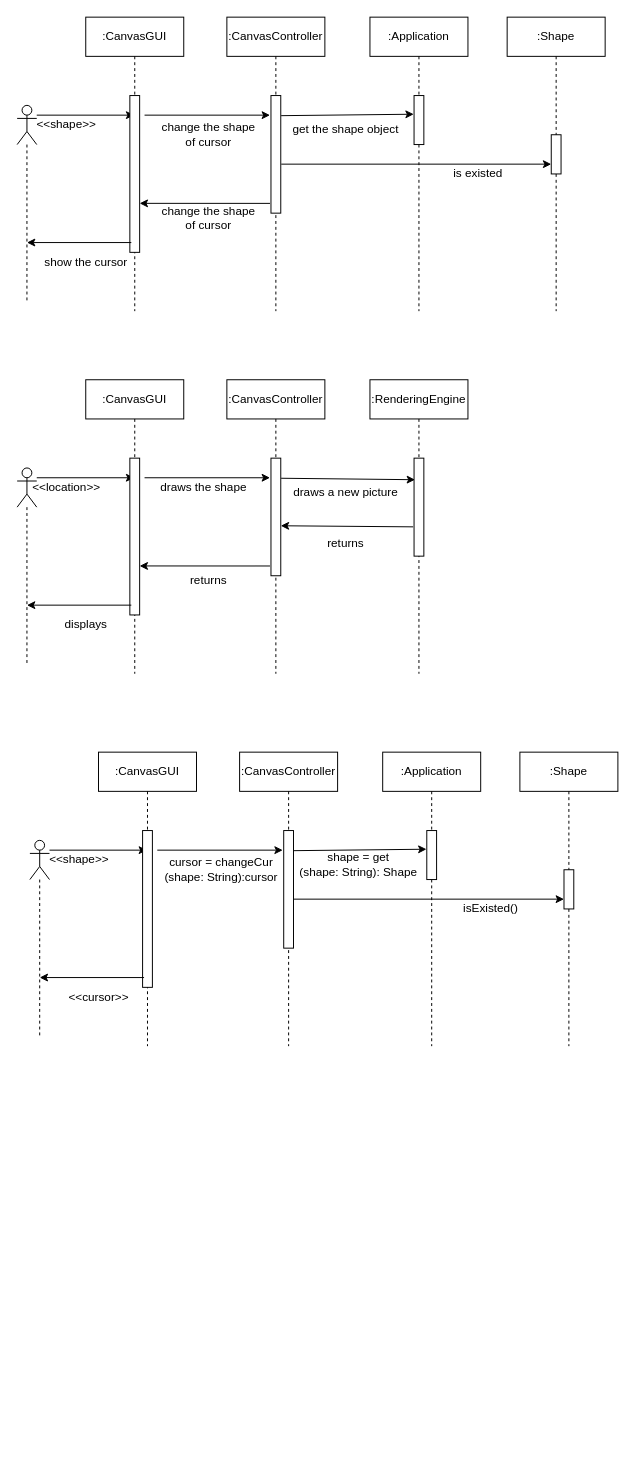
Before: CSE5422/HW3.drawio in justxuewei/draw.io, a draw.io diagram. Source tidied: cells renumbered, new cells numbered last; positions are measured from the earlier drawing's top-left corner, leaving out a move shared by most shapes. Both pictures are drawn from the tidied source at 98%, with x=0, y=0 at pixel (17, 17).
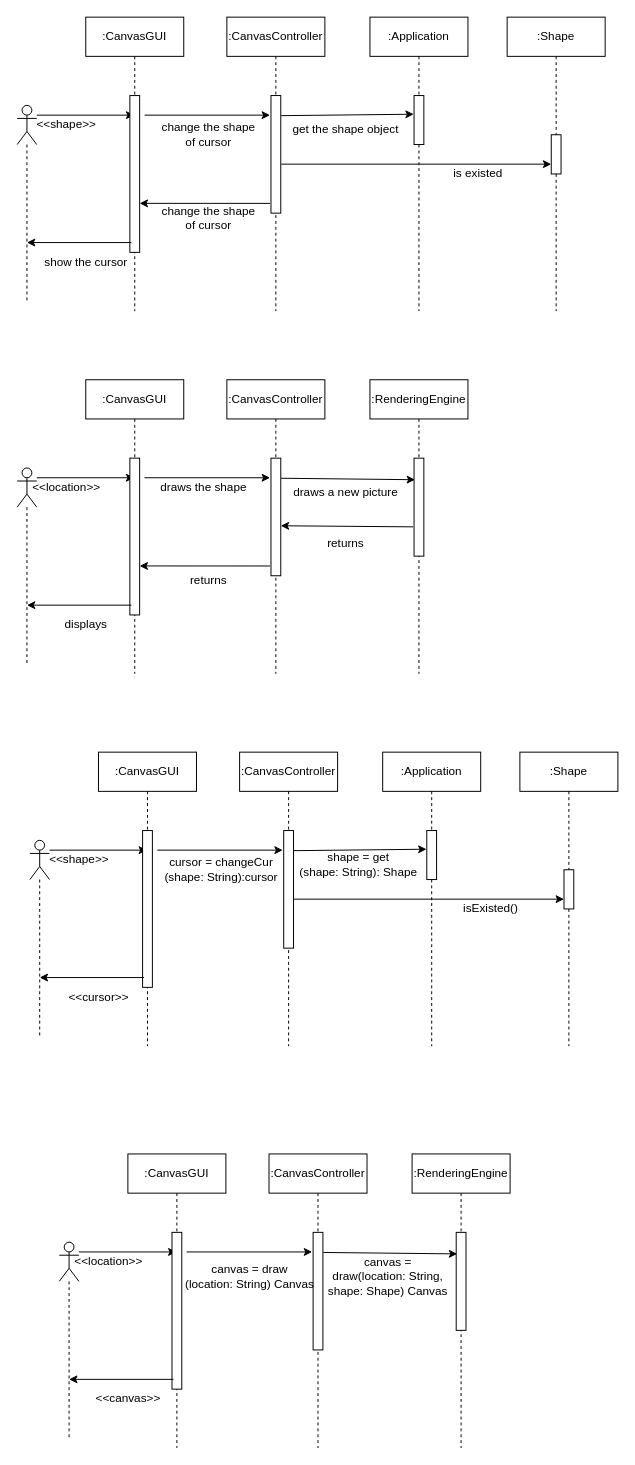
After the change.

The edit, as a diff of the source:
```diff
@@
+    <mxCell id="61" style="rounded=0;jettySize=auto;html=1;exitX=1;exitY=0.3333333333333333;exitDx=0;exitDy=0;exitPerimeter=0;" parent="1" edge="1" target="62">
+      <mxGeometry relative="1" as="geometry">
+        <mxPoint x="63" y="1260" as="sourcePoint" />
+      </mxGeometry>
+    </mxCell>
+    <mxCell id="62" value=":CanvasGUI" style="shape=umlLifeline;perimeter=lifelinePerimeter;whiteSpace=wrap;html=1;outlineConnect=0;" parent="1" vertex="1">
+      <mxGeometry x="113" y="1160" width="100" height="300" as="geometry" />
+    </mxCell>
+    <mxCell id="63" style="html=1;perimeter=orthogonalPerimeter;" parent="62" vertex="1">
+      <mxGeometry x="45" y="80" width="10" height="160" as="geometry" />
+    </mxCell>
+    <mxCell id="64" value="&amp;lt;&amp;lt;location&amp;gt;&amp;gt;" style="text;html=1;align=center;verticalAlign=middle;strokeColor=none;fillColor=none;" parent="1" vertex="1">
+      <mxGeometry x="53" y="1260" width="80" height="20" as="geometry" />
+    </mxCell>
+    <mxCell id="65" value=":CanvasController" style="shape=umlLifeline;perimeter=lifelinePerimeter;whiteSpace=wrap;html=1;" parent="1" vertex="1">
+      <mxGeometry x="257" y="1160" width="100" height="300" as="geometry" />
+    </mxCell>
+    <mxCell id="66" style="html=1;points=[];perimeter=orthogonalPerimeter;" parent="65" vertex="1">
+      <mxGeometry x="45" y="80" width="10" height="120" as="geometry" />
+    </mxCell>
+    <mxCell id="67" value="canvas = draw&lt;br&gt;(location: String) Canvas" style="text;html=1;align=center;verticalAlign=middle;strokeColor=none;fillColor=none;" parent="65" vertex="1">
+      <mxGeometry x="-95" y="110" width="150" height="30" as="geometry" />
+    </mxCell>
+    <mxCell id="68" style="rounded=0;orthogonalLoop=1;jettySize=auto;html=1;exitX=1;exitY=0.3333333333333333;exitDx=0;exitDy=0;exitPerimeter=0;" parent="1" edge="1">
+      <mxGeometry relative="1" as="geometry">
+        <mxPoint x="173" y="1260" as="sourcePoint" />
+        <mxPoint x="301" y="1260" as="targetPoint" />
+      </mxGeometry>
+    </mxCell>
+    <mxCell id="69" value=":RenderingEngine" style="shape=umlLifeline;perimeter=lifelinePerimeter;whiteSpace=wrap;html=1;" parent="1" vertex="1">
+      <mxGeometry x="403" y="1160" width="100" height="300" as="geometry" />
+    </mxCell>
+    <mxCell id="70" style="html=1;points=[];perimeter=orthogonalPerimeter;" parent="69" vertex="1">
+      <mxGeometry x="45" y="80" width="10" height="100" as="geometry" />
+    </mxCell>
+    <mxCell id="71" style="rounded=0;jettySize=auto;html=1;exitX=1.037;exitY=0.171;exitDx=0;exitDy=0;exitPerimeter=0;entryX=0.1;entryY=0.22;entryDx=0;entryDy=0;entryPerimeter=0;" parent="1" edge="1" source="66" target="70">
+      <mxGeometry relative="1" as="geometry" />
+    </mxCell>
+    <mxCell id="72" value="canvas = &lt;br&gt;draw(location: String, &lt;br&gt;shape: Shape) Canvas" style="text;html=1;align=center;verticalAlign=middle;strokeColor=none;fillColor=none;" parent="1" vertex="1">
+      <mxGeometry x="308" y="1260" width="140" height="50" as="geometry" />
+    </mxCell>
+    <mxCell id="73" style="shape=umlLifeline;participant=umlActor;perimeter=lifelinePerimeter;whiteSpace=wrap;html=1;verticalAlign=top;spacingTop=36;" parent="1" vertex="1">
+      <mxGeometry x="43" y="1250" width="20" height="200" as="geometry" />
+    </mxCell>
+    <mxCell id="74" style="rounded=0;orthogonalLoop=1;jettySize=auto;html=1;entryX=-0.1;entryY=0.917;entryDx=0;entryDy=0;entryPerimeter=0;startArrow=classic;startFill=1;endArrow=none;endFill=0;" parent="1" edge="1">
+      <mxGeometry relative="1" as="geometry">
+        <mxPoint x="53" y="1390" as="sourcePoint" />
+        <mxPoint x="159.5" y="1390" as="targetPoint" />
+      </mxGeometry>
+    </mxCell>
+    <mxCell id="75" value="&amp;lt;&amp;lt;canvas&amp;gt;&amp;gt;" style="text;html=1;align=center;verticalAlign=middle;strokeColor=none;fillColor=none;" parent="1" vertex="1">
+      <mxGeometry x="73" y="1400" width="80" height="20" as="geometry" />
+    </mxCell>
```
